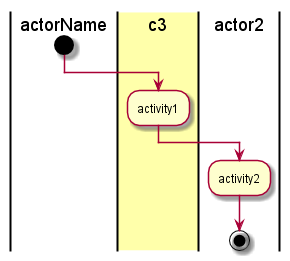
Before: docs/UseCases/Manage-Applications/Activities.png, a diagram exported from PlantUML (CAADE/C3). Its diagram source:
```plantuml
@startuml
|actorName|
start
|#ffffaa|c3|
:activity1;
|actor2|
:activity2;
stop
@enduml
```
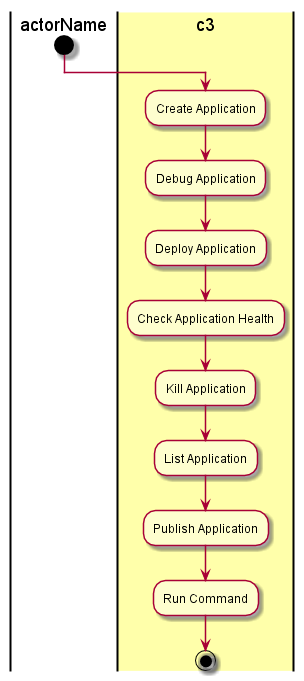
The same diagram one commit later.

Change to the diagram source:
```diff
@@ -2,8 +2,13 @@
 |actorName|
 start
 |#ffffaa|c3|
-:activity1;
-|actor2|
-:activity2;
+:Create Application;
+:Debug Application;
+:Deploy Application;
+:Check Application Health;
+:Kill Application;
+:List Application;
+:Publish Application;
+:Run Command;
 stop
 @enduml
```
